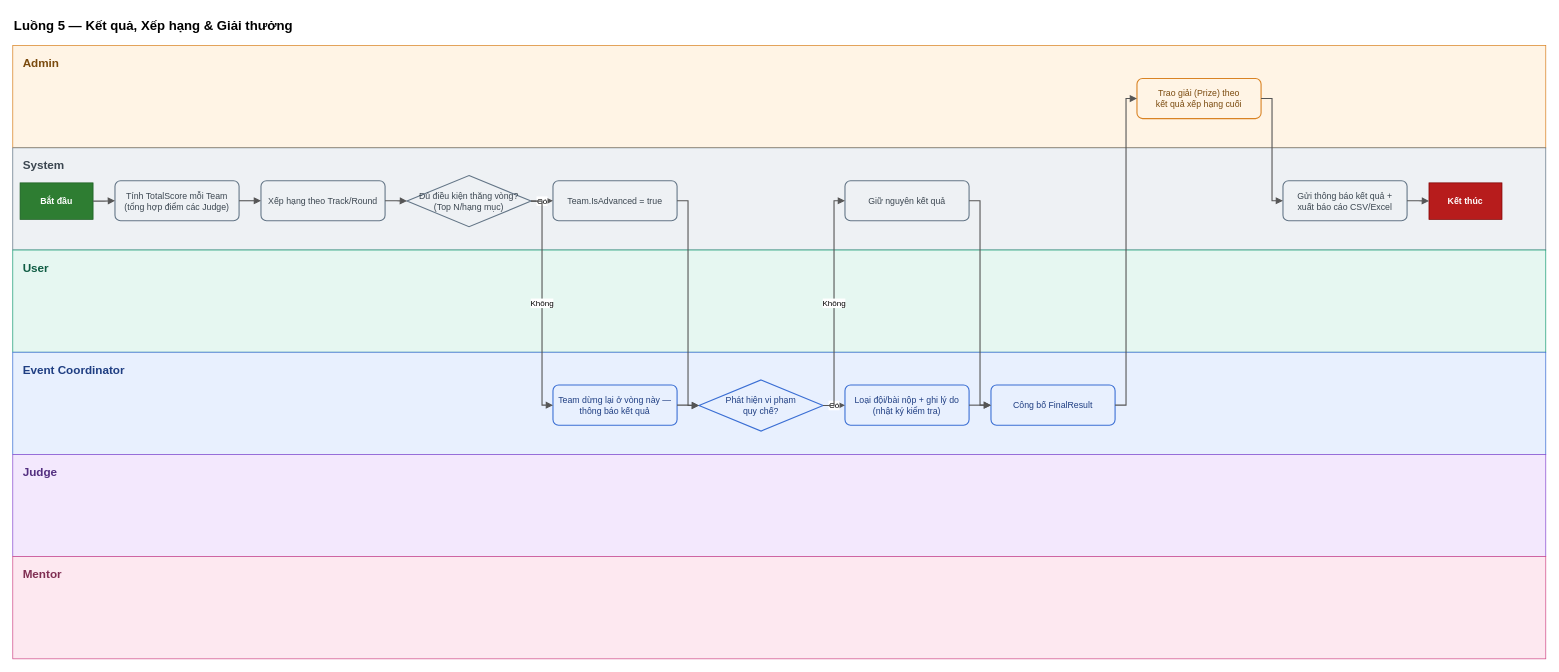
Before: docs/swimlane/SEAL_flow5_results_prizes.drawio in SU26-SWP-BL3W/SU26_SWP_BL3W_BE, a draw.io diagram. Source tidied: cells renumbered, new cells numbered last; positions are measured from the earlier drawing's top-left corner, leaving out a move shared by most shapes. Both pictures are drawn from the tidied source at 73%, with x=0, y=0 at pixel (12, 12).
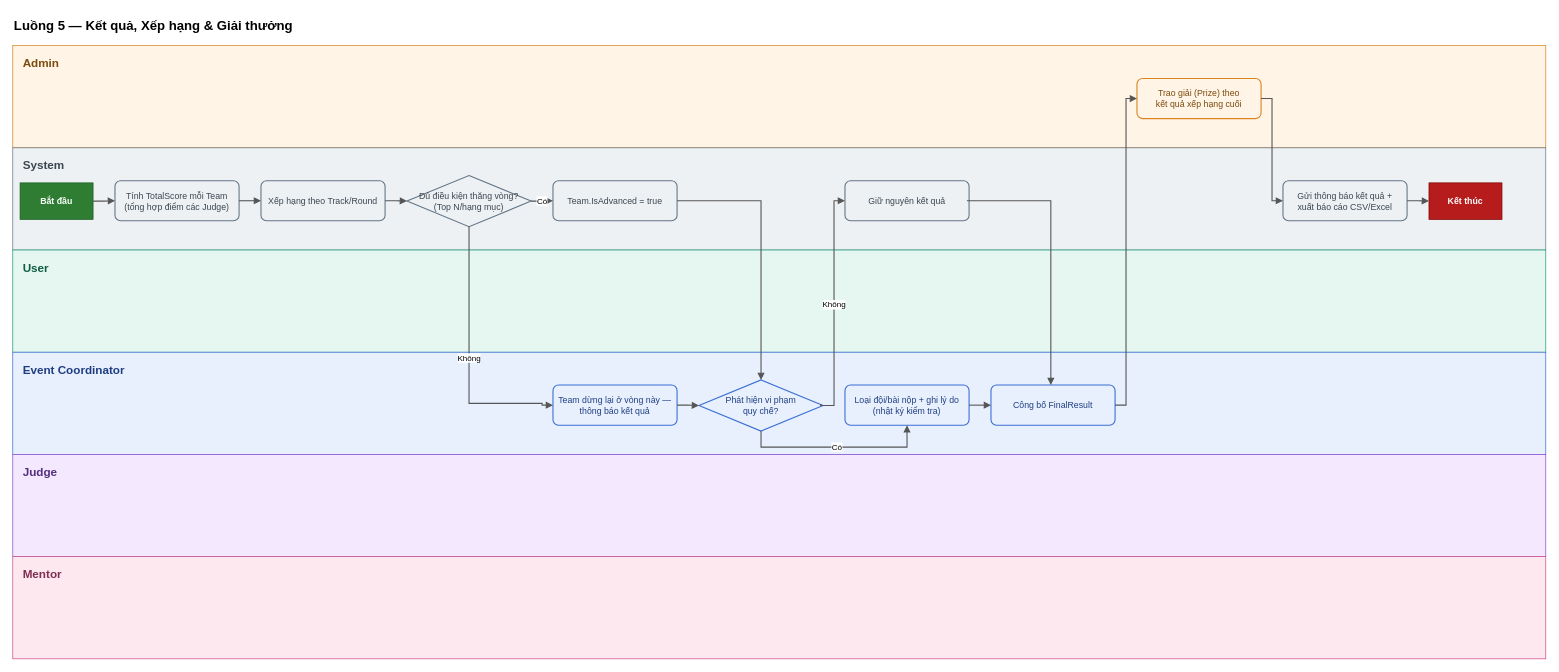
The same page after the edit.

Unchanged cells that the change refers to:
```xml
<mxCell id="12" value="Đủ điều kiện thăng vòng?&#10;(Top N/hạng mục)" style="rhombus;whiteSpace=wrap;html=1;fontSize=12;strokeWidth=1.5;fillColor=#EEF1F4;strokeColor=#647687;fontColor=#3B4650;" parent="1" vertex="1">
  <mxGeometry x="540" y="223" width="170" height="70" as="geometry" />
</mxCell>
<mxCell id="13" value="Team.IsAdvanced = true" style="rounded=1;whiteSpace=wrap;html=1;arcSize=14;fontSize=12;strokeWidth=1.5;fillColor=#EEF1F4;strokeColor=#647687;fontColor=#3B4650;" parent="1" vertex="1">
  <mxGeometry x="740" y="230" width="170" height="55" as="geometry" />
</mxCell>
<mxCell id="14" value="Team dừng lại ở vòng này —&#10;thông báo kết quả" style="rounded=1;whiteSpace=wrap;html=1;arcSize=14;fontSize=12;strokeWidth=1.5;fillColor=#E8F0FE;strokeColor=#3B6FD4;fontColor=#1F3E82;" parent="1" vertex="1">
  <mxGeometry x="740" y="510" width="170" height="55" as="geometry" />
</mxCell>
<mxCell id="15" value="Phát hiện vi phạm&#10;quy chế?" style="rhombus;whiteSpace=wrap;html=1;fontSize=12;strokeWidth=1.5;fillColor=#E8F0FE;strokeColor=#3B6FD4;fontColor=#1F3E82;" parent="1" vertex="1">
  <mxGeometry x="940" y="503" width="170" height="70" as="geometry" />
</mxCell>
<mxCell id="16" value="Loại đội/bài nộp + ghi lý do&#10;(nhật ký kiểm tra)" style="rounded=1;whiteSpace=wrap;html=1;arcSize=14;fontSize=12;strokeWidth=1.5;fillColor=#E8F0FE;strokeColor=#3B6FD4;fontColor=#1F3E82;" parent="1" vertex="1">
  <mxGeometry x="1140" y="510" width="170" height="55" as="geometry" />
</mxCell>
<mxCell id="17" value="Giữ nguyên kết quả" style="rounded=1;whiteSpace=wrap;html=1;arcSize=14;fontSize=12;strokeWidth=1.5;fillColor=#EEF1F4;strokeColor=#647687;fontColor=#3B4650;" parent="1" vertex="1">
  <mxGeometry x="1140" y="230" width="170" height="55" as="geometry" />
</mxCell>
<mxCell id="18" value="Công bố FinalResult" style="rounded=1;whiteSpace=wrap;html=1;arcSize=14;fontSize=12;strokeWidth=1.5;fillColor=#E8F0FE;strokeColor=#3B6FD4;fontColor=#1F3E82;" parent="1" vertex="1">
  <mxGeometry x="1340" y="510" width="170" height="55" as="geometry" />
</mxCell>
```

The edit, as a diff of the source:
```diff
@@
-    <mxCell id="26" value="Không" style="edgeStyle=orthogonalEdgeStyle;rounded=0;html=1;exitX=1;exitY=0.5;entryX=0;entryY=0.5;strokeColor=#555555;strokeWidth=1.5;endArrow=block;endFill=1;labelBackgroundColor=#ffffff;fontSize=11;" parent="1" edge="1" source="12" target="14">
+    <mxCell id="26" value="Không" style="edgeStyle=orthogonalEdgeStyle;rounded=0;html=1;exitX=0.5;exitY=1;entryX=0;entryY=0.5;strokeColor=#555555;strokeWidth=1.5;endArrow=block;endFill=1;labelBackgroundColor=#ffffff;fontSize=11;exitDx=0;exitDy=0;" parent="1" edge="1" source="12" target="14">
       <mxGeometry relative="1" as="geometry">
         <Array as="points">
-          <mxPoint x="725" y="258" />
-          <mxPoint x="725" y="537" />
+          <mxPoint x="625.1" y="535.1" />
+          <mxPoint x="725.1" y="535.1" />
+          <mxPoint x="725.1" y="537.5" />
         </Array>
       </mxGeometry>
     </mxCell>
-    <mxCell id="27" style="edgeStyle=orthogonalEdgeStyle;rounded=0;html=1;exitX=1;exitY=0.5;entryX=0;entryY=0.5;strokeColor=#555555;strokeWidth=1.5;endArrow=block;endFill=1;" parent="1" edge="1" source="13" target="15">
+    <mxCell id="27" style="edgeStyle=orthogonalEdgeStyle;rounded=0;html=1;exitX=1;exitY=0.5;entryX=0.5;entryY=0;strokeColor=#555555;strokeWidth=1.5;endArrow=block;endFill=1;entryDx=0;entryDy=0;" parent="1" edge="1" source="13" target="15">
       <mxGeometry relative="1" as="geometry">
         <Array as="points">
-          <mxPoint x="925" y="257" />
-          <mxPoint x="925" y="538" />
+          <mxPoint x="1025.1" y="257.5" />
         </Array>
       </mxGeometry>
     </mxCell>
@@
-    <mxCell id="29" value="Có" style="edgeStyle=orthogonalEdgeStyle;rounded=0;html=1;exitX=1;exitY=0.5;entryX=0;entryY=0.5;strokeColor=#555555;strokeWidth=1.5;endArrow=block;endFill=1;labelBackgroundColor=#ffffff;fontSize=11;" parent="1" edge="1" source="15" target="16">
-      <mxGeometry relative="1" as="geometry" />
+    <mxCell id="29" value="Có" style="edgeStyle=orthogonalEdgeStyle;rounded=0;html=1;exitX=0.5;exitY=1;entryX=0.5;entryY=1;strokeColor=#555555;strokeWidth=1.5;endArrow=block;endFill=1;labelBackgroundColor=#ffffff;fontSize=11;exitDx=0;exitDy=0;entryDx=0;entryDy=0;" parent="1" edge="1" source="15" target="16">
+      <mxGeometry relative="1" as="geometry">
+        <Array as="points">
+          <mxPoint x="1025" y="595" />
+          <mxPoint x="1225" y="595" />
+        </Array>
+      </mxGeometry>
     </mxCell>
-    <mxCell id="30" value="Không" style="edgeStyle=orthogonalEdgeStyle;rounded=0;html=1;exitX=1;exitY=0.5;entryX=0;entryY=0.5;strokeColor=#555555;strokeWidth=1.5;endArrow=block;endFill=1;labelBackgroundColor=#ffffff;fontSize=11;" parent="1" edge="1" source="15" target="17">
+    <mxCell id="30" value="Không" style="edgeStyle=orthogonalEdgeStyle;rounded=0;html=1;exitX=0.981;exitY=0.472;entryX=0;entryY=0.5;strokeColor=#555555;strokeWidth=1.5;endArrow=block;endFill=1;labelBackgroundColor=#ffffff;fontSize=11;exitDx=0;exitDy=0;exitPerimeter=0;" parent="1" edge="1" source="15" target="17">
       <mxGeometry relative="1" as="geometry">
         <Array as="points">
+          <mxPoint x="1106.8" y="538" />
           <mxPoint x="1125" y="538" />
-          <mxPoint x="1125" y="257" />
+          <mxPoint x="1125" y="257.5" />
         </Array>
       </mxGeometry>
     </mxCell>
@@
-    <mxCell id="32" style="edgeStyle=orthogonalEdgeStyle;rounded=0;html=1;exitX=1;exitY=0.5;entryX=0;entryY=0.5;strokeColor=#555555;strokeWidth=1.5;endArrow=block;endFill=1;" parent="1" edge="1" source="17" target="18">
+    <mxCell id="32" style="edgeStyle=orthogonalEdgeStyle;rounded=0;html=1;exitX=1;exitY=0.5;entryX=0.5;entryY=0;strokeColor=#555555;strokeWidth=1.5;endArrow=block;endFill=1;entryDx=0;entryDy=0;" parent="1" edge="1">
       <mxGeometry relative="1" as="geometry">
+        <mxPoint x="1307" y="257.5" as="sourcePoint" />
+        <mxPoint x="1422" y="510" as="targetPoint" />
         <Array as="points">
-          <mxPoint x="1325" y="257" />
-          <mxPoint x="1325" y="537" />
+          <mxPoint x="1422" y="257.5" />
         </Array>
       </mxGeometry>
     </mxCell>
```
